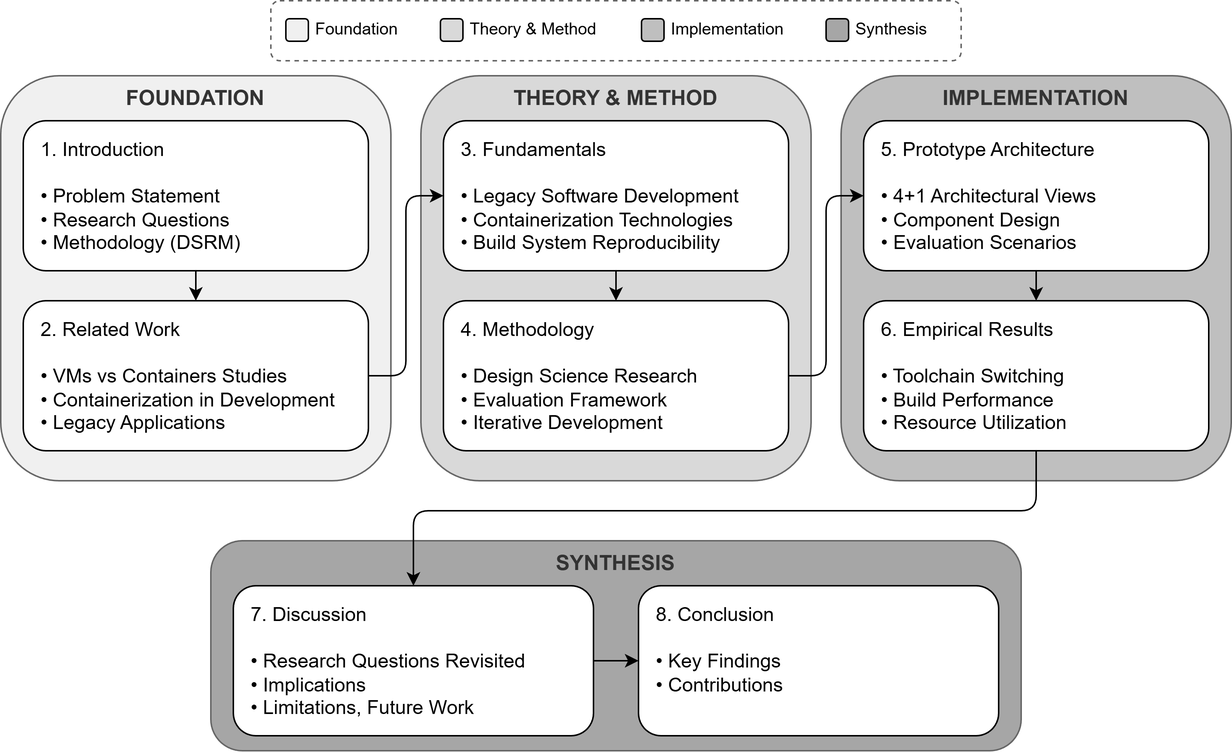
Before: figures/thesis-structure.png, a diagram exported from draw.io (andygruber/master-thesis-mcce). Source tidied: cells renumbered, new cells last; positions are measured from the earlier drawing's top-left corner, leaving out a move shared by most shapes.
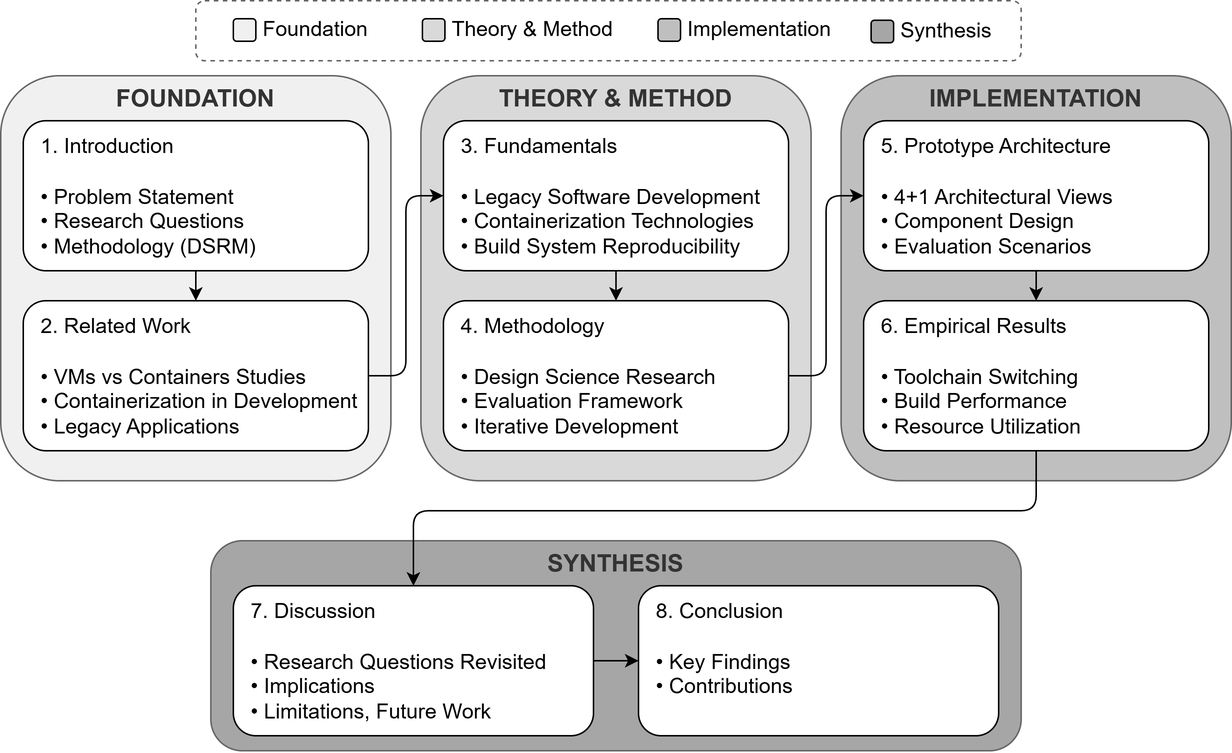
After the change.

Change to the diagram source:
```diff
@@ -3,78 +3,78 @@
     <mxCell id="0" />
     <mxCell id="1" parent="0" />
     <mxCell id="2" style="rounded=1;whiteSpace=wrap;html=1;fillColor=none;strokeColor=#666666;dashed=1;" parent="1" vertex="1">
-      <mxGeometry x="180" width="460" height="40" as="geometry" />
+      <mxGeometry x="130" width="550" height="40" as="geometry" />
     </mxCell>
     <mxCell id="3" style="rounded=1;whiteSpace=wrap;html=1;fillColor=#f0f0f0;strokeColor=#000000;" parent="1" vertex="1">
-      <mxGeometry x="190" y="12" width="15" height="15" as="geometry" />
+      <mxGeometry x="155" y="12" width="15" height="15" as="geometry" />
     </mxCell>
-    <mxCell id="4" value="Foundation" style="text;html=1;strokeColor=none;fillColor=none;align=left;verticalAlign=middle;whiteSpace=wrap;rounded=0;fontSize=11;" parent="1" vertex="1">
-      <mxGeometry x="208" y="9" width="60" height="20" as="geometry" />
+    <mxCell id="4" value="Foundation" style="text;html=1;strokeColor=none;fillColor=none;align=left;verticalAlign=middle;whiteSpace=wrap;rounded=0;fontSize=14;" parent="1" vertex="1">
+      <mxGeometry x="173" y="9" width="60" height="20" as="geometry" />
     </mxCell>
     <mxCell id="5" style="rounded=1;whiteSpace=wrap;html=1;fillColor=#d9d9d9;strokeColor=#000000;" parent="1" vertex="1">
-      <mxGeometry x="293" y="12" width="15" height="15" as="geometry" />
+      <mxGeometry x="281" y="12" width="15" height="15" as="geometry" />
     </mxCell>
-    <mxCell id="6" value="Theory &amp;amp; Method" style="text;html=1;strokeColor=none;fillColor=none;align=left;verticalAlign=middle;whiteSpace=wrap;rounded=0;fontSize=11;" parent="1" vertex="1">
-      <mxGeometry x="311" y="9" width="102" height="20" as="geometry" />
+    <mxCell id="6" value="Theory &amp;amp; Method" style="text;html=1;strokeColor=none;fillColor=none;align=left;verticalAlign=middle;whiteSpace=wrap;rounded=0;fontSize=14;" parent="1" vertex="1">
+      <mxGeometry x="299" y="9" width="111" height="20" as="geometry" />
     </mxCell>
     <mxCell id="7" style="rounded=1;whiteSpace=wrap;html=1;fillColor=#bfbfbf;strokeColor=#000000;" parent="1" vertex="1">
-      <mxGeometry x="427" y="12" width="15" height="15" as="geometry" />
+      <mxGeometry x="438" y="12" width="15" height="15" as="geometry" />
     </mxCell>
-    <mxCell id="8" value="Implementation" style="text;html=1;strokeColor=none;fillColor=none;align=left;verticalAlign=middle;whiteSpace=wrap;rounded=0;fontSize=11;" parent="1" vertex="1">
-      <mxGeometry x="445" y="9" width="70" height="20" as="geometry" />
+    <mxCell id="8" value="Implementation" style="text;html=1;strokeColor=none;fillColor=none;align=left;verticalAlign=middle;whiteSpace=wrap;rounded=0;fontSize=14;" parent="1" vertex="1">
+      <mxGeometry x="456" y="9" width="70" height="20" as="geometry" />
     </mxCell>
     <mxCell id="9" style="rounded=1;whiteSpace=wrap;html=1;fillColor=#a6a6a6;strokeColor=#000000;" parent="1" vertex="1">
-      <mxGeometry x="550" y="12" width="15" height="15" as="geometry" />
+      <mxGeometry x="580" y="13" width="15" height="15" as="geometry" />
     </mxCell>
-    <mxCell id="10" value="Synthesis" style="text;html=1;strokeColor=none;fillColor=none;align=left;verticalAlign=middle;whiteSpace=wrap;rounded=0;fontSize=11;" parent="1" vertex="1">
-      <mxGeometry x="568" y="9" width="50" height="20" as="geometry" />
+    <mxCell id="10" value="Synthesis" style="text;html=1;strokeColor=none;fillColor=none;align=left;verticalAlign=middle;whiteSpace=wrap;rounded=0;fontSize=14;" parent="1" vertex="1">
+      <mxGeometry x="598" y="10" width="50" height="20" as="geometry" />
     </mxCell>
     <mxCell id="11" style="rounded=1;whiteSpace=wrap;html=1;fillColor=#f0f0f0;strokeColor=#666666;" parent="1" vertex="1">
       <mxGeometry y="50" width="260" height="270" as="geometry" />
     </mxCell>
-    <mxCell id="12" value="FOUNDATION" style="text;html=1;strokeColor=none;fillColor=none;align=center;verticalAlign=middle;whiteSpace=wrap;rounded=0;fontSize=14;fontStyle=1;fontColor=#333333;" parent="1" vertex="1">
+    <mxCell id="12" value="FOUNDATION" style="text;html=1;strokeColor=none;fillColor=none;align=center;verticalAlign=middle;whiteSpace=wrap;rounded=0;fontSize=16;fontStyle=1;fontColor=#333333;" parent="1" vertex="1">
       <mxGeometry y="55" width="260" height="20" as="geometry" />
     </mxCell>
-    <mxCell id="13" value="1. Introduction&#10;&#10;• Problem Statement&#10;• Research Questions&#10;• Methodology (DSRM)" style="rounded=1;whiteSpace=wrap;html=1;fillColor=#ffffff;strokeColor=#000000;align=left;verticalAlign=top;spacingLeft=10;spacingTop=5;fontSize=13;" parent="1" vertex="1">
+    <mxCell id="13" value="1. Introduction&#10;&#10;• Problem Statement&#10;• Research Questions&#10;• Methodology (DSRM)" style="rounded=1;whiteSpace=wrap;html=1;fillColor=#ffffff;strokeColor=#000000;align=left;verticalAlign=top;spacingLeft=10;spacingTop=2;fontSize=14;" parent="1" vertex="1">
       <mxGeometry x="15" y="80" width="230" height="100" as="geometry" />
     </mxCell>
-    <mxCell id="14" value="2. Related Work&#10;&#10;• VMs vs Containers Studies&#10;• Containerization in Development&#10;• Legacy Applications" style="rounded=1;whiteSpace=wrap;html=1;fillColor=#ffffff;strokeColor=#000000;align=left;verticalAlign=top;spacingLeft=10;spacingTop=5;fontSize=13;" parent="1" vertex="1">
+    <mxCell id="14" value="2. Related Work&#10;&#10;• VMs vs Containers Studies&#10;• Containerization in Development&#10;• Legacy Applications" style="rounded=1;whiteSpace=wrap;html=1;fillColor=#ffffff;strokeColor=#000000;align=left;verticalAlign=top;spacingLeft=10;spacingTop=2;fontSize=14;" parent="1" vertex="1">
       <mxGeometry x="15" y="200" width="230" height="100" as="geometry" />
     </mxCell>
     <mxCell id="15" style="rounded=1;whiteSpace=wrap;html=1;fillColor=#d9d9d9;strokeColor=#666666;" parent="1" vertex="1">
       <mxGeometry x="280" y="50" width="260" height="270" as="geometry" />
     </mxCell>
-    <mxCell id="16" value="THEORY &amp;amp; METHOD" style="text;html=1;strokeColor=none;fillColor=none;align=center;verticalAlign=middle;whiteSpace=wrap;rounded=0;fontSize=14;fontStyle=1;fontColor=#333333;" parent="1" vertex="1">
+    <mxCell id="16" value="THEORY &amp;amp; METHOD" style="text;html=1;strokeColor=none;fillColor=none;align=center;verticalAlign=middle;whiteSpace=wrap;rounded=0;fontSize=16;fontStyle=1;fontColor=#333333;" parent="1" vertex="1">
       <mxGeometry x="280" y="55" width="260" height="20" as="geometry" />
     </mxCell>
-    <mxCell id="17" value="3. Fundamentals&#10;&#10;• Legacy Software Development&#10;• Containerization Technologies&#10;• Build System Reproducibility" style="rounded=1;whiteSpace=wrap;html=1;fillColor=#ffffff;strokeColor=#000000;align=left;verticalAlign=top;spacingLeft=10;spacingTop=5;fontSize=13;" parent="1" vertex="1">
+    <mxCell id="17" value="3. Fundamentals&#10;&#10;• Legacy Software Development&#10;• Containerization Technologies&#10;• Build System Reproducibility" style="rounded=1;whiteSpace=wrap;html=1;fillColor=#ffffff;strokeColor=#000000;align=left;verticalAlign=top;spacingLeft=10;spacingTop=2;fontSize=14;" parent="1" vertex="1">
       <mxGeometry x="295" y="80" width="230" height="100" as="geometry" />
     </mxCell>
-    <mxCell id="18" value="4. Methodology&#10;&#10;• Design Science Research&#10;• Evaluation Framework&#10;• Iterative Development" style="rounded=1;whiteSpace=wrap;html=1;fillColor=#ffffff;strokeColor=#000000;align=left;verticalAlign=top;spacingLeft=10;spacingTop=5;fontSize=13;" parent="1" vertex="1">
+    <mxCell id="18" value="4. Methodology&#10;&#10;• Design Science Research&#10;• Evaluation Framework&#10;• Iterative Development" style="rounded=1;whiteSpace=wrap;html=1;fillColor=#ffffff;strokeColor=#000000;align=left;verticalAlign=top;spacingLeft=10;spacingTop=2;fontSize=14;" parent="1" vertex="1">
       <mxGeometry x="295" y="200" width="230" height="100" as="geometry" />
     </mxCell>
     <mxCell id="19" style="rounded=1;whiteSpace=wrap;html=1;fillColor=#bfbfbf;strokeColor=#666666;" parent="1" vertex="1">
       <mxGeometry x="560" y="50" width="260" height="270" as="geometry" />
     </mxCell>
-    <mxCell id="20" value="IMPLEMENTATION" style="text;html=1;strokeColor=none;fillColor=none;align=center;verticalAlign=middle;whiteSpace=wrap;rounded=0;fontSize=14;fontStyle=1;fontColor=#333333;" parent="1" vertex="1">
+    <mxCell id="20" value="IMPLEMENTATION" style="text;html=1;strokeColor=none;fillColor=none;align=center;verticalAlign=middle;whiteSpace=wrap;rounded=0;fontSize=16;fontStyle=1;fontColor=#333333;" parent="1" vertex="1">
       <mxGeometry x="560" y="55" width="260" height="20" as="geometry" />
     </mxCell>
-    <mxCell id="21" value="5. Prototype Architecture&#10;&#10;• 4+1 Architectural Views&#10;• Component Design&#10;• Evaluation Scenarios" style="rounded=1;whiteSpace=wrap;html=1;fillColor=#ffffff;strokeColor=#000000;align=left;verticalAlign=top;spacingLeft=10;spacingTop=5;fontSize=13;" parent="1" vertex="1">
+    <mxCell id="21" value="5. Prototype Architecture&#10;&#10;• 4+1 Architectural Views&#10;• Component Design&#10;• Evaluation Scenarios" style="rounded=1;whiteSpace=wrap;html=1;fillColor=#ffffff;strokeColor=#000000;align=left;verticalAlign=top;spacingLeft=10;spacingTop=2;fontSize=14;" parent="1" vertex="1">
       <mxGeometry x="575" y="80" width="230" height="100" as="geometry" />
     </mxCell>
-    <mxCell id="22" value="6. Empirical Results&#10;&#10;• Toolchain Switching&#10;• Build Performance&#10;• Resource Utilization" style="rounded=1;whiteSpace=wrap;html=1;fillColor=#ffffff;strokeColor=#000000;align=left;verticalAlign=top;spacingLeft=10;spacingTop=5;fontSize=13;" parent="1" vertex="1">
+    <mxCell id="22" value="6. Empirical Results&#10;&#10;• Toolchain Switching&#10;• Build Performance&#10;• Resource Utilization" style="rounded=1;whiteSpace=wrap;html=1;fillColor=#ffffff;strokeColor=#000000;align=left;verticalAlign=top;spacingLeft=10;spacingTop=2;fontSize=14;" parent="1" vertex="1">
       <mxGeometry x="575" y="200" width="230" height="100" as="geometry" />
     </mxCell>
     <mxCell id="23" style="rounded=1;whiteSpace=wrap;html=1;fillColor=#a6a6a6;strokeColor=#666666;" parent="1" vertex="1">
       <mxGeometry x="140" y="360" width="540" height="140" as="geometry" />
     </mxCell>
-    <mxCell id="24" value="SYNTHESIS" style="text;html=1;strokeColor=none;fillColor=none;align=center;verticalAlign=middle;whiteSpace=wrap;rounded=0;fontSize=14;fontStyle=1;fontColor=#333333;" parent="1" vertex="1">
+    <mxCell id="24" value="SYNTHESIS" style="text;html=1;strokeColor=none;fillColor=none;align=center;verticalAlign=middle;whiteSpace=wrap;rounded=0;fontSize=16;fontStyle=1;fontColor=#333333;" parent="1" vertex="1">
       <mxGeometry x="140" y="365" width="540" height="20" as="geometry" />
     </mxCell>
-    <mxCell id="25" value="7. Discussion&lt;br&gt;&lt;br&gt;• Research Questions Revisited&lt;br&gt;• Implications&lt;br&gt;• Limitations, Future Work" style="rounded=1;whiteSpace=wrap;html=1;fillColor=#ffffff;strokeColor=#000000;align=left;verticalAlign=top;spacingLeft=10;spacingTop=5;fontSize=13;" parent="1" vertex="1">
+    <mxCell id="25" value="7. Discussion&lt;br&gt;&lt;br&gt;• Research Questions Revisited&lt;br&gt;• Implications&lt;br&gt;• Limitations, Future Work" style="rounded=1;whiteSpace=wrap;html=1;fillColor=#ffffff;strokeColor=#000000;align=left;verticalAlign=top;spacingLeft=10;spacingTop=2;fontSize=14;" parent="1" vertex="1">
       <mxGeometry x="155" y="390" width="240" height="100" as="geometry" />
     </mxCell>
-    <mxCell id="26" value="8. Conclusion&lt;br&gt;&lt;br&gt;• Key Findings&lt;br&gt;• Contributions" style="rounded=1;whiteSpace=wrap;html=1;fillColor=#ffffff;strokeColor=#000000;align=left;verticalAlign=top;spacingLeft=10;spacingTop=5;fontSize=13;" parent="1" vertex="1">
+    <mxCell id="26" value="8. Conclusion&lt;br&gt;&lt;br&gt;• Key Findings&lt;br&gt;• Contributions" style="rounded=1;whiteSpace=wrap;html=1;fillColor=#ffffff;strokeColor=#000000;align=left;verticalAlign=top;spacingLeft=10;spacingTop=2;fontSize=14;" parent="1" vertex="1">
       <mxGeometry x="425" y="390" width="240" height="100" as="geometry" />
     </mxCell>
     <mxCell id="27" style="endArrow=classic;html=1;exitX=0.5;exitY=1;exitDx=0;exitDy=0;entryX=0.5;entryY=0;entryDx=0;entryDy=0;strokeColor=#000000;" parent="1" edge="1" source="13" target="14">
```
